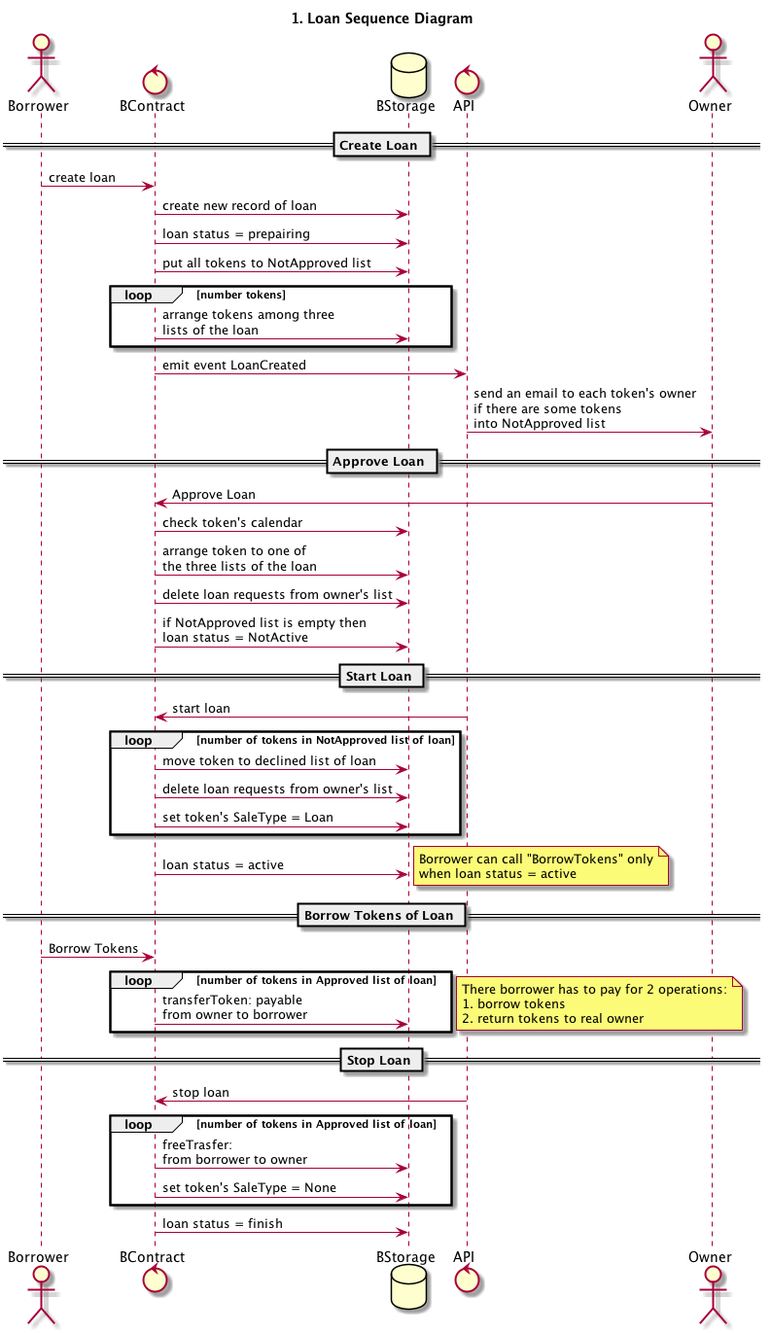
Before: diagrams/out/1. Sequence - Loan Creation/1. Loan Sequence Diagram.png, a diagram exported from PlantUML (snarkdotart/snarkcontract).
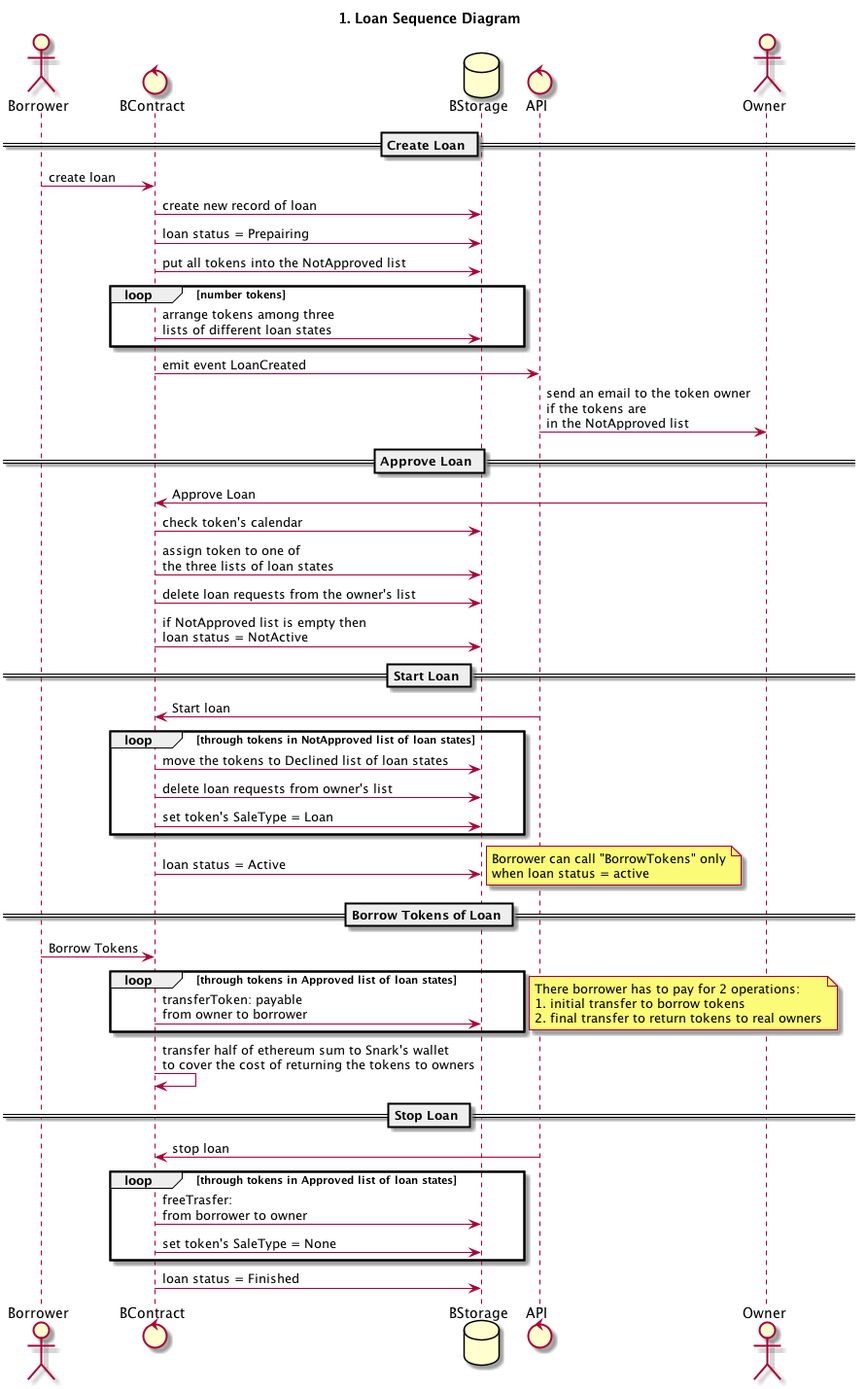
The same file after the commit.

The edit, as a diff of the source:
```diff
@@ -12,33 +12,33 @@
 
 Borrower -> BContract: create loan
 BContract -> BStorage: create new record of loan
-BContract -> BStorage: loan status = prepairing
-BContract -> BStorage: put all tokens to NotApproved list
+BContract -> BStorage: loan status = Prepairing
+BContract -> BStorage: put all tokens into the NotApproved list
 
 loop number tokens
-  BContract -> BStorage: arrange tokens among three\nlists of the loan
+  BContract -> BStorage: arrange tokens among three\nlists of different loan states
 end
 
 BContract -> API: emit event LoanCreated
-API -> Owner: send an email to each token's owner\nif there are some tokens\ninto NotApproved list
+API -> Owner: send an email to the token owner\nif the tokens are\nin the NotApproved list
 
 == Approve Loan ==
 
 Owner -> BContract: Approve Loan
 BContract -> BStorage: check token's calendar
-BContract -> BStorage: arrange token to one of\nthe three lists of the loan
-BContract -> BStorage: delete loan requests from owner's list
+BContract -> BStorage: assign token to one of\nthe three lists of loan states
+BContract -> BStorage: delete loan requests from the owner's list
 BContract -> BStorage: if NotApproved list is empty then\nloan status = NotActive
 
 == Start Loan ==
 
-API -> BContract: start loan
-loop number of tokens in NotApproved list of loan
-  BContract -> BStorage: move token to declined list of loan
+API -> BContract: Start loan
+loop through tokens in NotApproved list of loan states
+  BContract -> BStorage: move the tokens to Declined list of loan states
   BContract -> BStorage: delete loan requests from owner's list
   BContract -> BStorage: set token's SaleType = Loan
 end
-BContract -> BStorage: loan status = active
+BContract -> BStorage: loan status = Active
 note right
   Borrower can call "BorrowTokens" only
   when loan status = active
@@ -48,22 +48,23 @@
 == Borrow Tokens of Loan ==
 
 Borrower -> BContract: Borrow Tokens
-loop number of tokens in Approved list of loan
+loop through tokens in Approved list of loan states
   BContract -> BStorage: transferToken: payable\nfrom owner to borrower
 end
 note right
   There borrower has to pay for 2 operations:
-  1. borrow tokens
-  2. return tokens to real owner
+  1. initial transfer to borrow tokens
+  2. final transfer to return tokens to real owners
 end note
+BContract -> BContract: transfer half of ethereum sum to Snark's wallet\nto cover the cost of returning the tokens to owners
 
 == Stop Loan ==
 
 API -> BContract: stop loan
-loop number of tokens in Approved list of loan
+loop through tokens in Approved list of loan states
   BContract -> BStorage: freeTrasfer: \nfrom borrower to owner
   BContract -> BStorage: set token's SaleType = None
 end
-BContract -> BStorage: loan status = finish
+BContract -> BStorage: loan status = Finished
 
 @enduml
```
